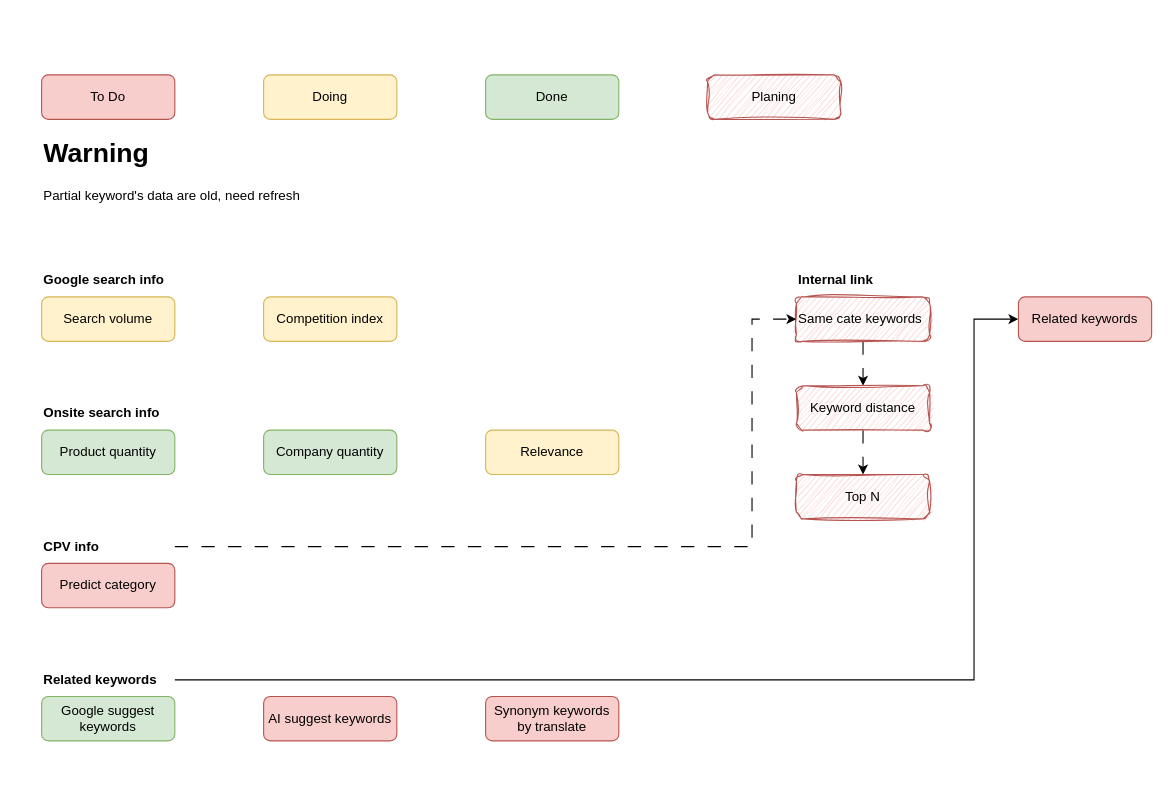
Earlier version of the draw.io diagram drawio/keyword_optimize.drawio (VisableHarry/seo-drawio). Source tidied: cells renumbered, new cells numbered last; positions are measured from the earlier drawing's top-left corner, leaving out a move shared by most shapes. Both pictures are drawn from the tidied source at 111%, with x=0, y=0 at pixel (41, 74).
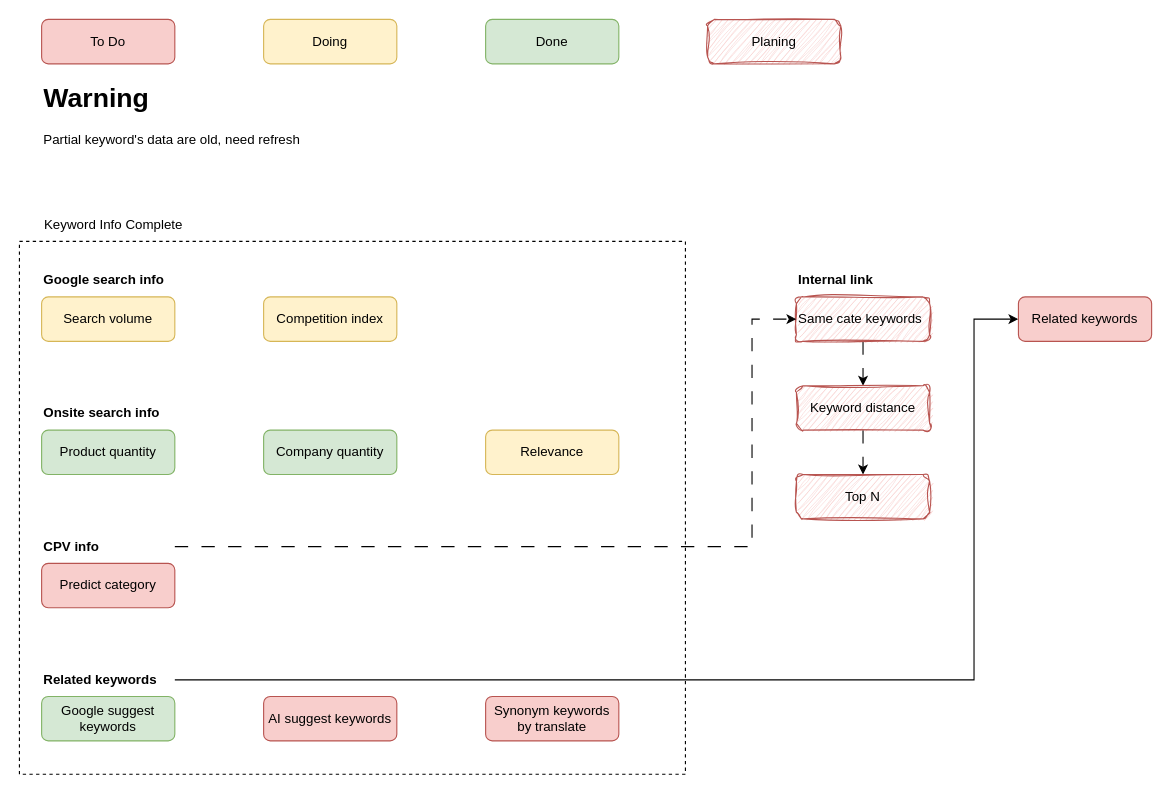
Above is the later version.

Diff of the diagram source:
```diff
@@
     <mxCell id="23" value="Doing" style="rounded=1;whiteSpace=wrap;html=1;fillColor=#fff2cc;strokeColor=#d6b656;" parent="1" vertex="1">
-      <mxGeometry x="200" width="120" height="40" as="geometry" />
+      <mxGeometry x="200" y="-50" width="120" height="40" as="geometry" />
     </mxCell>
     <mxCell id="24" value="To Do" style="rounded=1;whiteSpace=wrap;html=1;fillColor=#f8cecc;strokeColor=#b85450;" parent="1" vertex="1">
-      <mxGeometry width="120" height="40" as="geometry" />
+      <mxGeometry y="-50" width="120" height="40" as="geometry" />
     </mxCell>
     <mxCell id="25" value="Done" style="rounded=1;whiteSpace=wrap;html=1;fillColor=#d5e8d4;strokeColor=#82b366;" parent="1" vertex="1">
-      <mxGeometry x="400" width="120" height="40" as="geometry" />
+      <mxGeometry x="400" y="-50" width="120" height="40" as="geometry" />
     </mxCell>
     <mxCell id="26" value="Planing" style="rounded=1;whiteSpace=wrap;html=1;align=center;fillColor=#f8cecc;strokeColor=#b85450;sketch=1;curveFitting=1;jiggle=2;" parent="1" vertex="1">
-      <mxGeometry x="600" width="120" height="40" as="geometry" />
+      <mxGeometry x="600" y="-50" width="120" height="40" as="geometry" />
     </mxCell>
     <mxCell id="27" value="&lt;h1 style=&quot;margin-top: 0px;&quot;&gt;Warning&lt;/h1&gt;&lt;div&gt;Partial keyword's data are old, need refresh&lt;/div&gt;" style="text;html=1;whiteSpace=wrap;overflow=hidden;rounded=0;" parent="1" vertex="1">
-      <mxGeometry y="50" width="370" height="70" as="geometry" />
+      <mxGeometry width="370" height="70" as="geometry" />
     </mxCell>
@@
+    <mxCell id="29" style="rounded=0;whiteSpace=wrap;html=1;fillColor=none;dashed=1;" parent="1" vertex="1">
+      <mxGeometry x="-20" y="150" width="600" height="480" as="geometry" />
+    </mxCell>
+    <mxCell id="30" value="Keyword Info Complete" style="text;html=1;align=center;verticalAlign=middle;whiteSpace=wrap;rounded=0;" parent="1" vertex="1">
+      <mxGeometry y="120" width="130" height="30" as="geometry" />
+    </mxCell>
```
